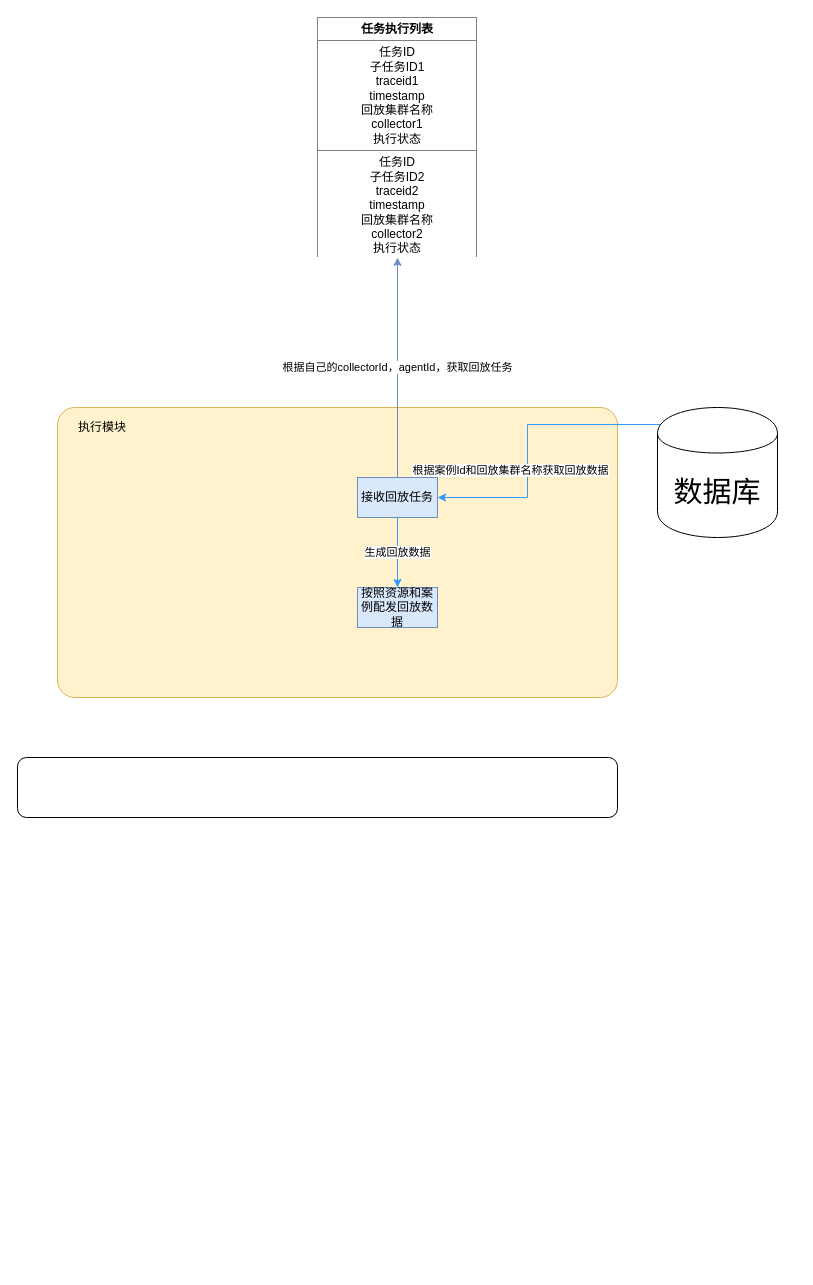
Earlier version of the draw.io diagram 执行模块.drawio (emothion/diagrams). Source tidied: cells renumbered, new cells numbered last; positions are measured from the earlier drawing's top-left corner, leaving out a move shared by most shapes. Both pictures are drawn from the tidied source at 100%, with x=0, y=0 at pixel (17, 17).
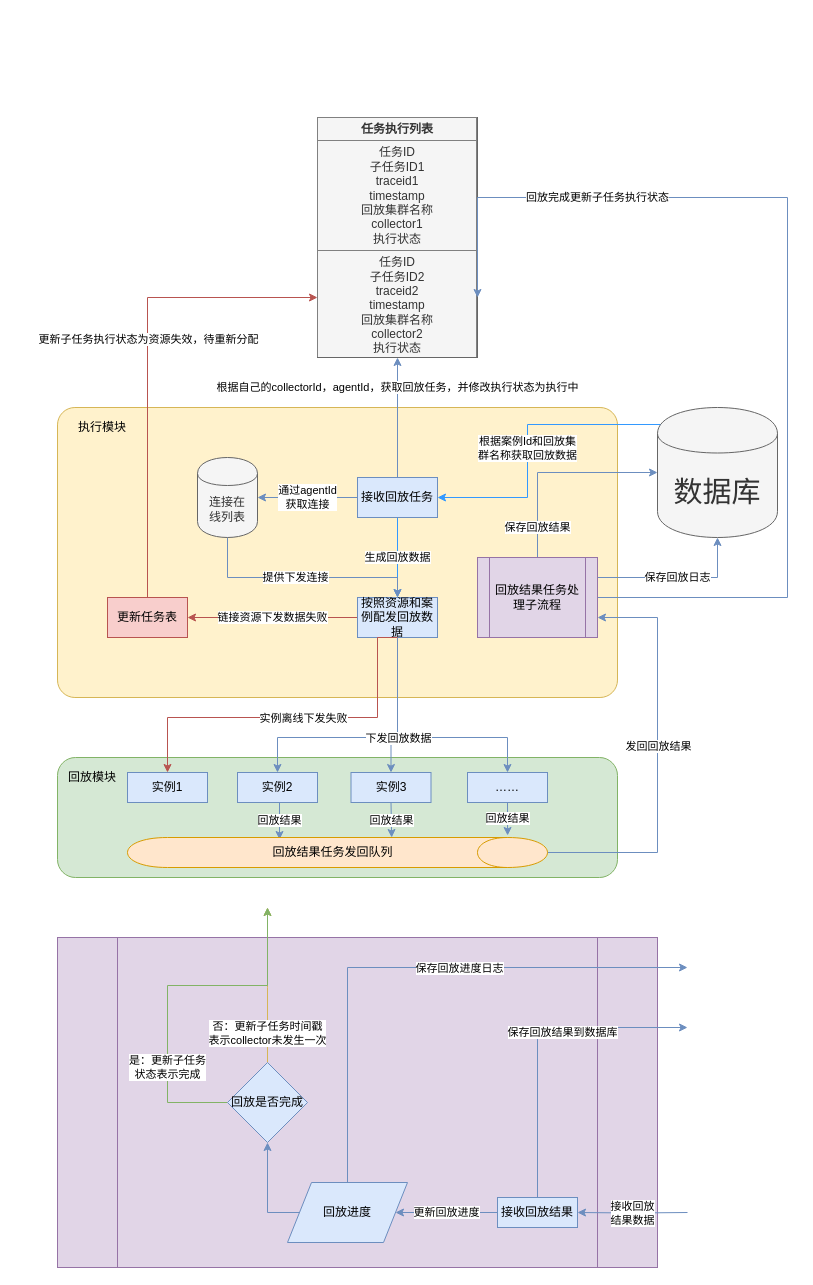
The same diagram, later.

Commit message:
已添加 执行模块.drawio

The change refers to these unchanged cells:
```xml
<mxCell id="5" value="接收回放任务" style="rounded=0;whiteSpace=wrap;html=1;fillColor=#dae8fc;strokeColor=#6c8ebf;" parent="1" vertex="1">
  <mxGeometry x="340" y="460" width="80" height="40" as="geometry" />
</mxCell>
```

Change to the diagram source:
```diff
@@
+    <mxCell id="12" style="shape=process;whiteSpace=wrap;html=1;backgroundOutline=1;fillColor=#e1d5e7;strokeColor=#9673a6;" parent="1" vertex="1">
+      <mxGeometry x="40" y="920" width="600" height="330" as="geometry" />
+    </mxCell>
+    <mxCell id="13" value="接收回放&lt;br&gt;结果数据" style="edgeStyle=orthogonalEdgeStyle;rounded=0;jettySize=auto;html=1;entryX=1;entryY=0.5;entryDx=0;entryDy=0;fillColor=#dae8fc;strokeColor=#6c8ebf;" parent="1" edge="1" target="47">
+      <mxGeometry relative="1" as="geometry">
+        <mxPoint x="670" y="1195" as="sourcePoint" />
+      </mxGeometry>
+    </mxCell>
@@
+    <mxCell id="14" style="rounded=1;whiteSpace=wrap;html=1;fillColor=#d5e8d4;strokeColor=#82b366;" parent="1" vertex="1">
+      <mxGeometry x="40" y="740" width="560" height="120" as="geometry" />
+    </mxCell>
@@
-    <mxCell id="4" value="根据自己的collectorId，agentId，获取回放任务" style="edgeStyle=orthogonalEdgeStyle;rounded=0;jettySize=auto;html=1;exitX=0.5;exitY=0;exitDx=0;exitDy=0;entryX=0.5;entryY=1;entryDx=0;entryDy=0;fillColor=#dae8fc;strokeColor=#6c8ebf;" parent="1" edge="1" source="5" target="9">
-      <mxGeometry relative="1" as="geometry" />
+    <mxCell id="4" value="根据自己的collectorId，agentId，获取回放任务，并修改执行状态为执行中" style="edgeStyle=orthogonalEdgeStyle;rounded=0;jettySize=auto;html=1;exitX=0.5;exitY=0;exitDx=0;exitDy=0;entryX=0.5;entryY=1;entryDx=0;entryDy=0;fillColor=#dae8fc;strokeColor=#6c8ebf;" parent="1" edge="1" source="5" target="9">
+      <mxGeometry x="0.5" relative="1" as="geometry" />
     </mxCell>
+    <mxCell id="15" value="通过agentId&lt;br&gt;获取连接" style="edgeStyle=orthogonalEdgeStyle;rounded=0;jettySize=auto;html=1;exitX=0;exitY=0.5;exitDx=0;exitDy=0;entryX=1;entryY=0.5;entryDx=0;entryDy=0;fillColor=#dae8fc;strokeColor=#6c8ebf;" parent="1" edge="1" source="5" target="43">
+      <mxGeometry relative="1" as="geometry" />
+    </mxCell>
@@
+    <mxCell id="16" value="链接资源下发数据失败" style="edgeStyle=orthogonalEdgeStyle;rounded=0;jettySize=auto;html=1;exitX=0;exitY=0.5;exitDx=0;exitDy=0;entryX=1;entryY=0.5;entryDx=0;entryDy=0;fillColor=#f8cecc;strokeColor=#b85450;" parent="1" edge="1" source="6" target="40">
+      <mxGeometry relative="1" as="geometry" />
+    </mxCell>
     <mxCell id="6" value="按照资源和案例配发回放数据" style="rounded=0;whiteSpace=wrap;html=1;fillColor=#dae8fc;strokeColor=#6c8ebf;" parent="1" vertex="1">
-      <mxGeometry x="340" y="570" width="80" height="40" as="geometry" />
+      <mxGeometry x="340" y="580" width="80" height="40" as="geometry" />
     </mxCell>
-    <mxCell id="7" value="根据案例Id和回放集群名称获取回放数据" style="edgeStyle=orthogonalEdgeStyle;rounded=0;jettySize=auto;html=1;exitX=0.15;exitY=0.05;exitDx=0;exitDy=0;exitPerimeter=0;entryX=1;entryY=0.5;entryDx=0;entryDy=0;strokeColor=#3399FF;fontSize=11;fontColor=#000000;" parent="1" edge="1" source="8" target="5">
-      <mxGeometry x="-0.05" y="23" relative="1" as="geometry">
+    <mxCell id="7" value="根据案例Id和回放集&lt;br&gt;群名称获取回放数据" style="edgeStyle=orthogonalEdgeStyle;rounded=0;jettySize=auto;html=1;exitX=0.15;exitY=0.05;exitDx=0;exitDy=0;exitPerimeter=0;entryX=1;entryY=0.5;entryDx=0;entryDy=0;strokeColor=#3399FF;fontSize=11;fontColor=#000000;" parent="1" edge="1" source="8" target="5">
+      <mxGeometry x="0.13" relative="1" as="geometry">
         <Array as="points">
           <mxPoint x="510" y="407" />
           <mxPoint x="510" y="480" />
         </Array>
-        <mxPoint x="-23" y="23" as="offset" />
       </mxGeometry>
     </mxCell>
-    <mxCell id="8" value="数据库" style="shape=cylinder;whiteSpace=wrap;html=1;boundedLbl=1;backgroundOutline=1;fontSize=29;fontColor=#000000;" parent="1" vertex="1">
+    <mxCell id="8" value="数据库" style="shape=cylinder;whiteSpace=wrap;html=1;boundedLbl=1;backgroundOutline=1;fontSize=29;fontColor=#333333;fillColor=#f5f5f5;strokeColor=#666666;" parent="1" vertex="1">
       <mxGeometry x="640" y="390" width="120" height="130" as="geometry" />
     </mxCell>
-    <mxCell id="9" value="&lt;table border=&quot;1&quot; width=&quot;100%&quot; cellpadding=&quot;4&quot; style=&quot;width: 100% ; height: 100% ; border-collapse: collapse&quot;&gt;&lt;tbody&gt;&lt;tr&gt;&lt;th align=&quot;center&quot;&gt;任务执行列表&lt;/th&gt;&lt;/tr&gt;&lt;tr&gt;&lt;td align=&quot;center&quot;&gt;任务ID&lt;br&gt;子任务ID1&lt;br&gt;traceid1&lt;br&gt;timestamp&lt;br&gt;回放集群名称&lt;br&gt;collector1&lt;br&gt;执行状态&lt;/td&gt;&lt;/tr&gt;&lt;tr&gt;&lt;td align=&quot;center&quot;&gt;任务ID&lt;br&gt;子任务ID2&lt;br&gt;traceid2&lt;br&gt;timestamp&lt;br&gt;回放集群名称&lt;br&gt;collector2&lt;br&gt;执行状态&lt;br&gt;&lt;/td&gt;&lt;/tr&gt;&lt;/tbody&gt;&lt;/table&gt;" style="text;html=1;strokeColor=none;fillColor=none;overflow=fill;" parent="1" vertex="1">
-      <mxGeometry x="300" width="160" height="240" as="geometry" />
+    <mxCell id="9" value="&lt;table border=&quot;1&quot; width=&quot;100%&quot; cellpadding=&quot;4&quot; style=&quot;width: 100% ; height: 100% ; border-collapse: collapse&quot;&gt;&lt;tbody&gt;&lt;tr&gt;&lt;th align=&quot;center&quot;&gt;任务执行列表&lt;/th&gt;&lt;/tr&gt;&lt;tr&gt;&lt;td align=&quot;center&quot;&gt;任务ID&lt;br&gt;子任务ID1&lt;br&gt;traceid1&lt;br&gt;timestamp&lt;br&gt;回放集群名称&lt;br&gt;collector1&lt;br&gt;执行状态&lt;/td&gt;&lt;/tr&gt;&lt;tr&gt;&lt;td align=&quot;center&quot;&gt;任务ID&lt;br&gt;子任务ID2&lt;br&gt;traceid2&lt;br&gt;timestamp&lt;br&gt;回放集群名称&lt;br&gt;collector2&lt;br&gt;执行状态&lt;br&gt;&lt;/td&gt;&lt;/tr&gt;&lt;/tbody&gt;&lt;/table&gt;" style="text;html=1;strokeColor=#666666;fillColor=#f5f5f5;overflow=fill;fontColor=#333333;" parent="1" vertex="1">
+      <mxGeometry x="300" y="100" width="160" height="240" as="geometry" />
     </mxCell>
-    <mxCell id="10" style="rounded=1;whiteSpace=wrap;html=1;" parent="1" vertex="1">
-      <mxGeometry y="740" width="600" height="60" as="geometry" />
-    </mxCell>
@@
+    <mxCell id="17" value="回放模块" style="text;html=1;strokeColor=none;fillColor=none;align=center;verticalAlign=middle;whiteSpace=wrap;rounded=0;" parent="1" vertex="1">
+      <mxGeometry x="50" y="750" width="50" height="20" as="geometry" />
+    </mxCell>
+    <mxCell id="18" value="实例1" style="rounded=0;whiteSpace=wrap;html=1;fillColor=#dae8fc;strokeColor=#6c8ebf;" parent="1" vertex="1">
+      <mxGeometry x="110" y="755" width="80" height="30" as="geometry" />
+    </mxCell>
+    <mxCell id="19" value="回放结果" style="edgeStyle=orthogonalEdgeStyle;rounded=0;jettySize=auto;html=1;exitX=0.5;exitY=1;exitDx=0;exitDy=0;entryX=0.067;entryY=0.638;entryDx=0;entryDy=0;entryPerimeter=0;fillColor=#dae8fc;strokeColor=#6c8ebf;" parent="1" edge="1" source="20" target="33">
+      <mxGeometry relative="1" as="geometry" />
+    </mxCell>
+    <mxCell id="20" value="实例2" style="rounded=0;whiteSpace=wrap;html=1;fillColor=#dae8fc;strokeColor=#6c8ebf;" parent="1" vertex="1">
+      <mxGeometry x="220" y="755" width="80" height="30" as="geometry" />
+    </mxCell>
+    <mxCell id="21" value="回放结果" style="edgeStyle=orthogonalEdgeStyle;rounded=0;jettySize=auto;html=1;exitX=0.5;exitY=1;exitDx=0;exitDy=0;entryX=0;entryY=0.371;entryDx=0;entryDy=0;entryPerimeter=0;fillColor=#dae8fc;strokeColor=#6c8ebf;" parent="1" edge="1" source="22" target="33">
+      <mxGeometry relative="1" as="geometry" />
+    </mxCell>
+    <mxCell id="22" value="实例3" style="rounded=0;whiteSpace=wrap;html=1;fillColor=#dae8fc;strokeColor=#6c8ebf;" parent="1" vertex="1">
+      <mxGeometry x="333.5" y="755" width="80" height="30" as="geometry" />
+    </mxCell>
+    <mxCell id="23" value="回放结果" style="edgeStyle=orthogonalEdgeStyle;rounded=0;jettySize=auto;html=1;exitX=0.5;exitY=1;exitDx=0;exitDy=0;entryX=-0.067;entryY=0.095;entryDx=0;entryDy=0;entryPerimeter=0;fillColor=#dae8fc;strokeColor=#6c8ebf;" parent="1" edge="1" source="24" target="33">
+      <mxGeometry relative="1" as="geometry" />
+    </mxCell>
+    <mxCell id="24" value="……" style="rounded=0;whiteSpace=wrap;html=1;fillColor=#dae8fc;strokeColor=#6c8ebf;" parent="1" vertex="1">
+      <mxGeometry x="450" y="755" width="80" height="30" as="geometry" />
+    </mxCell>
+    <mxCell id="25" style="edgeStyle=orthogonalEdgeStyle;rounded=0;jettySize=auto;html=1;exitX=0.5;exitY=1;exitDx=0;exitDy=0;entryX=0.5;entryY=0;entryDx=0;entryDy=0;fillColor=#dae8fc;strokeColor=#6c8ebf;" parent="1" edge="1" source="6" target="22">
+      <mxGeometry relative="1" as="geometry">
+        <Array as="points">
+          <mxPoint x="380" y="720" />
+          <mxPoint x="374" y="720" />
+        </Array>
+      </mxGeometry>
+    </mxCell>
+    <mxCell id="26" style="edgeStyle=orthogonalEdgeStyle;rounded=0;jettySize=auto;html=1;exitX=0.5;exitY=1;exitDx=0;exitDy=0;entryX=0.5;entryY=0;entryDx=0;entryDy=0;fillColor=#dae8fc;strokeColor=#6c8ebf;" parent="1" edge="1" source="6" target="24">
+      <mxGeometry relative="1" as="geometry">
+        <Array as="points">
+          <mxPoint x="380" y="720" />
+          <mxPoint x="490" y="720" />
+        </Array>
+      </mxGeometry>
+    </mxCell>
+    <mxCell id="27" style="edgeStyle=orthogonalEdgeStyle;rounded=0;jettySize=auto;html=1;exitX=0.5;exitY=1;exitDx=0;exitDy=0;entryX=0.5;entryY=0;entryDx=0;entryDy=0;fillColor=#dae8fc;strokeColor=#6c8ebf;" parent="1" edge="1" source="6" target="20">
+      <mxGeometry relative="1" as="geometry">
+        <Array as="points">
+          <mxPoint x="380" y="720" />
+          <mxPoint x="260" y="720" />
+        </Array>
+      </mxGeometry>
+    </mxCell>
+    <mxCell id="28" value="下发回放数据" style="edgeLabel;html=1;align=center;verticalAlign=middle;" parent="27" vertex="1">
+      <mxGeometry x="-0.47" y="-1" relative="1" as="geometry">
+        <mxPoint x="1" y="32" as="offset" />
+      </mxGeometry>
+    </mxCell>
+    <mxCell id="29" style="edgeStyle=orthogonalEdgeStyle;rounded=0;jettySize=auto;html=1;exitX=0.5;exitY=1;exitDx=0;exitDy=0;entryX=0.5;entryY=0;entryDx=0;entryDy=0;fillColor=#f8cecc;strokeColor=#b85450;" parent="1" edge="1" source="6" target="18">
+      <mxGeometry relative="1" as="geometry">
+        <Array as="points">
+          <mxPoint x="360" y="620" />
+          <mxPoint x="360" y="700" />
+          <mxPoint x="150" y="700" />
+        </Array>
+      </mxGeometry>
+    </mxCell>
+    <mxCell id="30" value="实例离线下发失败" style="edgeLabel;html=1;align=center;verticalAlign=middle;" parent="29" vertex="1">
+      <mxGeometry x="-0.04" relative="1" as="geometry" />
+    </mxCell>
+    <mxCell id="31" style="edgeStyle=orthogonalEdgeStyle;rounded=0;jettySize=auto;html=1;exitX=0.5;exitY=0;exitDx=0;exitDy=0;entryX=1;entryY=0.75;entryDx=0;entryDy=0;fillColor=#dae8fc;strokeColor=#6c8ebf;" parent="1" edge="1" source="33" target="37">
+      <mxGeometry relative="1" as="geometry">
+        <Array as="points">
+          <mxPoint x="640" y="835" />
+          <mxPoint x="640" y="600" />
+        </Array>
+      </mxGeometry>
+    </mxCell>
+    <mxCell id="32" value="发回回放结果" style="edgeLabel;html=1;align=center;verticalAlign=middle;" parent="31" vertex="1">
+      <mxGeometry x="0.07" relative="1" as="geometry" />
+    </mxCell>
+    <mxCell id="33" value="回放结果任务发回队列" style="shape=cylinder;whiteSpace=wrap;html=1;boundedLbl=1;backgroundOutline=1;direction=south;fillColor=#ffe6cc;strokeColor=#d79b00;" parent="1" vertex="1">
+      <mxGeometry x="110" y="820" width="420" height="30" as="geometry" />
+    </mxCell>
+    <mxCell id="34" value="保存回放结果" style="edgeStyle=orthogonalEdgeStyle;rounded=0;jettySize=auto;html=1;exitX=0.5;exitY=0;exitDx=0;exitDy=0;entryX=0;entryY=0.5;entryDx=0;entryDy=0;fillColor=#dae8fc;strokeColor=#6c8ebf;" parent="1" edge="1" source="37" target="8">
+      <mxGeometry x="-0.71" relative="1" as="geometry" />
+    </mxCell>
+    <mxCell id="35" value="回放完成更新子任务执行状态" style="edgeStyle=orthogonalEdgeStyle;rounded=0;jettySize=auto;html=1;exitX=1;exitY=0.5;exitDx=0;exitDy=0;entryX=1;entryY=0.75;entryDx=0;entryDy=0;fillColor=#dae8fc;strokeColor=#6c8ebf;" parent="1" edge="1" source="37" target="9">
+      <mxGeometry x="0.56" relative="1" as="geometry">
+        <Array as="points">
+          <mxPoint x="770" y="580" />
+          <mxPoint x="770" y="180" />
+        </Array>
+      </mxGeometry>
+    </mxCell>
+    <mxCell id="36" value="保存回放日志" style="edgeStyle=orthogonalEdgeStyle;rounded=0;jettySize=auto;html=1;exitX=1;exitY=0.25;exitDx=0;exitDy=0;entryX=0.5;entryY=1;entryDx=0;entryDy=0;fillColor=#dae8fc;strokeColor=#6c8ebf;" parent="1" edge="1" source="37" target="8">
+      <mxGeometry relative="1" as="geometry" />
+    </mxCell>
+    <mxCell id="37" value="回放结果任务处理子流程" style="shape=process;whiteSpace=wrap;html=1;backgroundOutline=1;fillColor=#e1d5e7;strokeColor=#9673a6;" parent="1" vertex="1">
+      <mxGeometry x="460" y="540" width="120" height="80" as="geometry" />
+    </mxCell>
+    <mxCell id="38" style="edgeStyle=orthogonalEdgeStyle;rounded=0;jettySize=auto;html=1;exitX=0.5;exitY=0;exitDx=0;exitDy=0;entryX=0;entryY=0.75;entryDx=0;entryDy=0;fillColor=#f8cecc;strokeColor=#b85450;" parent="1" edge="1" source="40" target="9">
+      <mxGeometry relative="1" as="geometry" />
+    </mxCell>
+    <mxCell id="39" value="更新子任务执行状态为资源失效，待重新分配" style="edgeLabel;html=1;align=center;verticalAlign=middle;" parent="38" vertex="1">
+      <mxGeometry x="0.01" y="1" relative="1" as="geometry">
+        <mxPoint x="1" y="-22" as="offset" />
+      </mxGeometry>
+    </mxCell>
+    <mxCell id="40" value="更新任务表" style="rounded=0;whiteSpace=wrap;html=1;fillColor=#f8cecc;strokeColor=#b85450;" parent="1" vertex="1">
+      <mxGeometry x="90" y="580" width="80" height="40" as="geometry" />
+    </mxCell>
+    <mxCell id="41" style="edgeStyle=orthogonalEdgeStyle;rounded=0;jettySize=auto;html=1;exitX=0.5;exitY=1;exitDx=0;exitDy=0;entryX=0.5;entryY=0;entryDx=0;entryDy=0;fillColor=#dae8fc;strokeColor=#6c8ebf;" parent="1" edge="1" source="43" target="6">
+      <mxGeometry relative="1" as="geometry">
+        <Array as="points">
+          <mxPoint x="210" y="560" />
+          <mxPoint x="380" y="560" />
+        </Array>
+      </mxGeometry>
+    </mxCell>
+    <mxCell id="42" value="提供下发连接" style="edgeLabel;html=1;align=center;verticalAlign=middle;" parent="41" vertex="1">
+      <mxGeometry x="-0.07" y="1" relative="1" as="geometry" />
+    </mxCell>
+    <mxCell id="43" value="连接在&lt;br&gt;线列表" style="shape=cylinder;whiteSpace=wrap;html=1;boundedLbl=1;backgroundOutline=1;fillColor=#f5f5f5;strokeColor=#666666;fontColor=#333333;" parent="1" vertex="1">
+      <mxGeometry x="180" y="440" width="60" height="80" as="geometry" />
+    </mxCell>
+    <mxCell id="44" style="edgeStyle=orthogonalEdgeStyle;rounded=0;jettySize=auto;html=1;exitX=0.5;exitY=0;exitDx=0;exitDy=0;fillColor=#dae8fc;strokeColor=#6c8ebf;" parent="1" edge="1" source="47">
+      <mxGeometry relative="1" as="geometry">
+        <mxPoint x="670" y="1010" as="targetPoint" />
+        <Array as="points">
+          <mxPoint x="520" y="1010" />
+        </Array>
+      </mxGeometry>
+    </mxCell>
+    <mxCell id="45" value="保存回放结果到数据库" style="edgeLabel;html=1;align=center;verticalAlign=middle;" parent="44" vertex="1">
+      <mxGeometry x="0.04" y="-24" relative="1" as="geometry" />
+    </mxCell>
+    <mxCell id="46" value="更新回放进度" style="edgeStyle=orthogonalEdgeStyle;rounded=0;jettySize=auto;html=1;exitX=0;exitY=0.5;exitDx=0;exitDy=0;fillColor=#dae8fc;strokeColor=#6c8ebf;" parent="1" edge="1" source="47" target="51">
+      <mxGeometry relative="1" as="geometry" />
+    </mxCell>
+    <mxCell id="47" value="接收回放结果" style="rounded=0;whiteSpace=wrap;html=1;fillColor=#dae8fc;strokeColor=#6c8ebf;" parent="1" vertex="1">
+      <mxGeometry x="480" y="1180" width="80" height="30" as="geometry" />
+    </mxCell>
+    <mxCell id="48" style="edgeStyle=orthogonalEdgeStyle;rounded=0;jettySize=auto;html=1;exitX=0.5;exitY=0;exitDx=0;exitDy=0;fillColor=#dae8fc;strokeColor=#6c8ebf;" parent="1" edge="1" source="51">
+      <mxGeometry relative="1" as="geometry">
+        <mxPoint x="670" y="950" as="targetPoint" />
+        <Array as="points">
+          <mxPoint x="330" y="950" />
+        </Array>
+      </mxGeometry>
+    </mxCell>
+    <mxCell id="49" value="保存回放进度日志" style="edgeLabel;html=1;align=center;verticalAlign=middle;" parent="48" vertex="1">
+      <mxGeometry x="-0.14" y="-2" relative="1" as="geometry">
+        <mxPoint x="87" y="-2" as="offset" />
+      </mxGeometry>
+    </mxCell>
+    <mxCell id="50" style="edgeStyle=orthogonalEdgeStyle;rounded=0;jettySize=auto;html=1;exitX=0;exitY=0.5;exitDx=0;exitDy=0;entryX=0.5;entryY=1;entryDx=0;entryDy=0;fillColor=#dae8fc;strokeColor=#6c8ebf;" parent="1" edge="1" source="51" target="54">
+      <mxGeometry relative="1" as="geometry">
+        <Array as="points">
+          <mxPoint x="250" y="1195" />
+        </Array>
+      </mxGeometry>
+    </mxCell>
+    <mxCell id="51" value="回放进度" style="shape=parallelogram;perimeter=parallelogramPerimeter;whiteSpace=wrap;html=1;fillColor=#dae8fc;strokeColor=#6c8ebf;" parent="1" vertex="1">
+      <mxGeometry x="270" y="1165" width="120" height="60" as="geometry" />
+    </mxCell>
+    <mxCell id="52" value="否：更新子任务时间戳&lt;br&gt;表示collector未发生一次" style="edgeStyle=orthogonalEdgeStyle;rounded=0;jettySize=auto;html=1;exitX=0.5;exitY=0;exitDx=0;exitDy=0;fillColor=#fff2cc;strokeColor=#d6b656;" parent="1" edge="1" source="54">
+      <mxGeometry x="-0.62" relative="1" as="geometry">
+        <mxPoint x="250" y="890" as="targetPoint" />
+        <Array as="points">
+          <mxPoint x="250" y="970" />
+          <mxPoint x="250" y="970" />
+        </Array>
+      </mxGeometry>
+    </mxCell>
+    <mxCell id="53" value="是：更新子任务&lt;br&gt;状态表示完成" style="edgeStyle=orthogonalEdgeStyle;rounded=0;jettySize=auto;html=1;exitX=0;exitY=0.5;exitDx=0;exitDy=0;fillColor=#d5e8d4;strokeColor=#82b366;" parent="1" edge="1" source="54">
+      <mxGeometry x="-0.66" y="-35" relative="1" as="geometry">
+        <mxPoint x="250" y="890" as="targetPoint" />
+        <Array as="points">
+          <mxPoint x="150" y="1085" />
+          <mxPoint x="150" y="968" />
+          <mxPoint x="250" y="968" />
+        </Array>
+        <mxPoint x="-35" y="-35" as="offset" />
+      </mxGeometry>
+    </mxCell>
+    <mxCell id="54" value="回放是否完成" style="rhombus;whiteSpace=wrap;html=1;fillColor=#dae8fc;strokeColor=#6c8ebf;" parent="1" vertex="1">
+      <mxGeometry x="210" y="1045" width="80" height="80" as="geometry" />
+    </mxCell>
```
